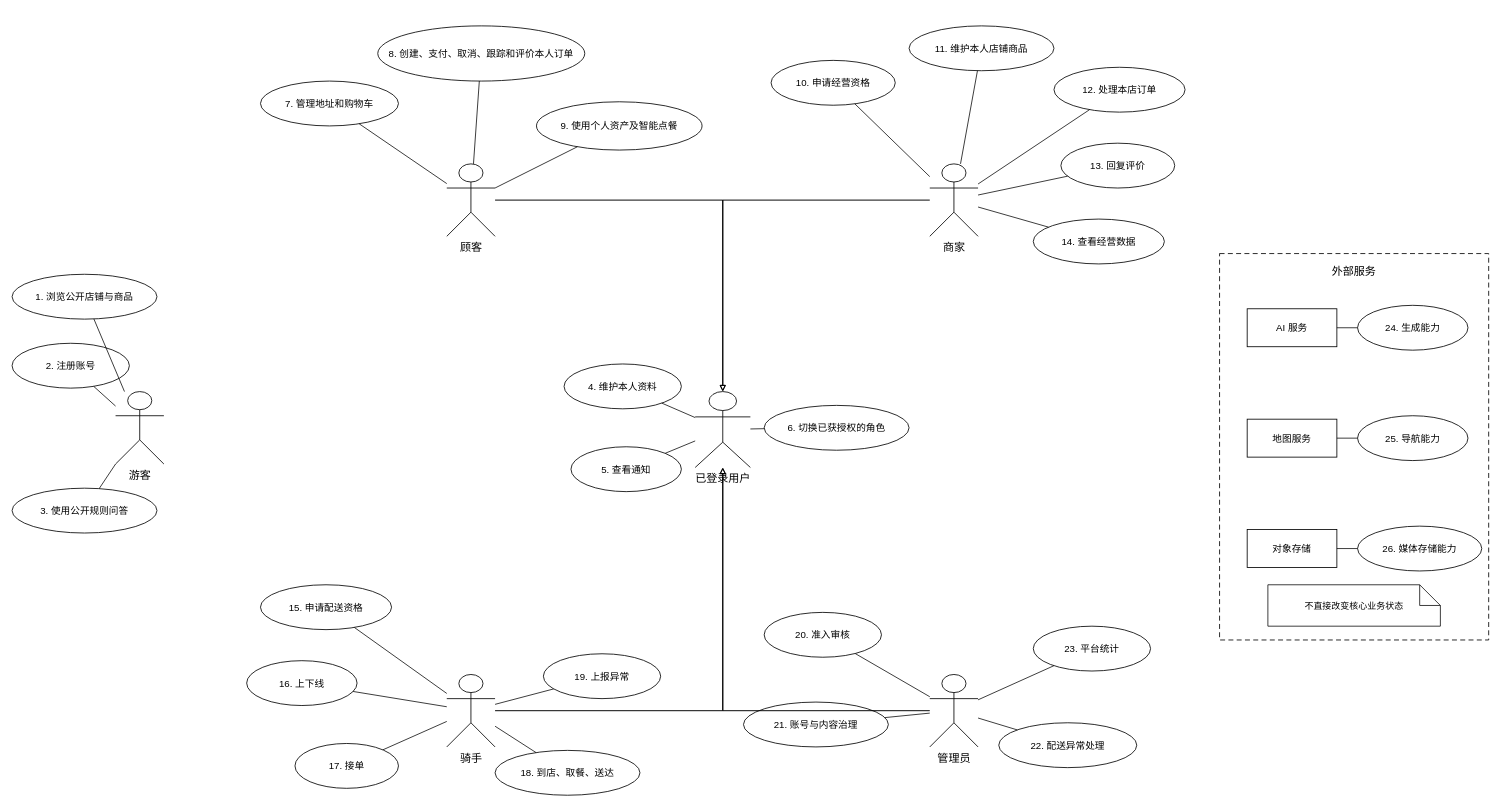
The draw.io diagram source/figures/srs/drawio/09-actor-analysis.drawio in Fwlyii/lightweight-takeout-platform, before the edit. Source tidied: cells renumbered, new cells numbered last; positions are measured from the earlier drawing's top-left corner, leaving out a move shared by most shapes. Both pictures are drawn from the tidied source at 69%, with x=0, y=0 at pixel (12, 26).
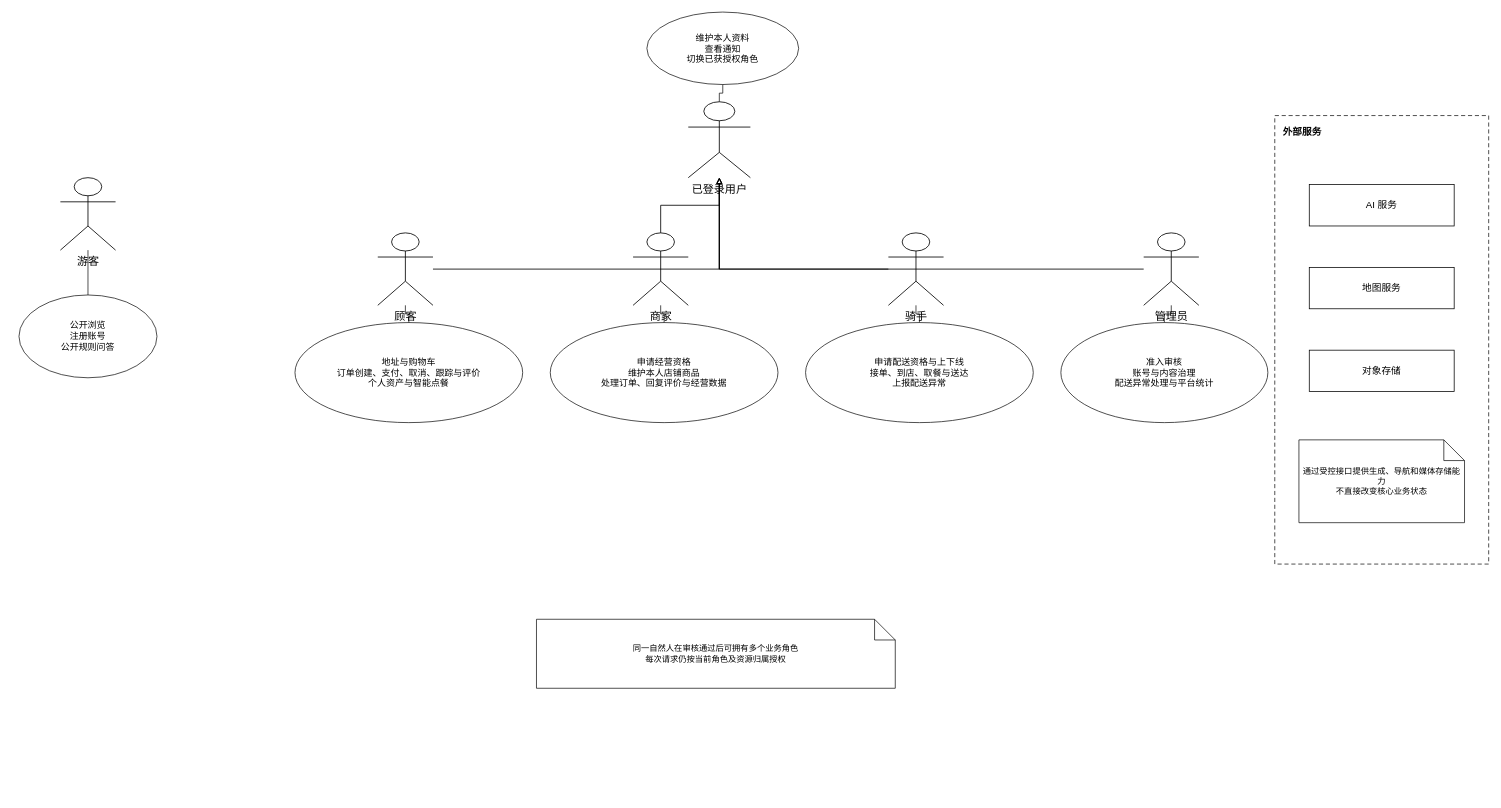
Above is the later version.

Commit message:
refactor: rebuild actor analysis diagram

Diff of the diagram source:
```diff
@@
     <mxCell id="2" value="游客" style="shape=umlActor;verticalLabelPosition=bottom;verticalAlign=top;html=1;fontSize=16;strokeWidth=1.2;" parent="1" vertex="1">
-      <mxGeometry x="150" y="530" width="70" height="105" as="geometry" />
+      <mxGeometry x="70" y="220" width="80" height="105" as="geometry" />
     </mxCell>
-    <mxCell id="3" value="1. 浏览公开店铺与商品" style="ellipse;whiteSpace=wrap;html=1;fontSize=14;strokeWidth=1.2;" parent="1" vertex="1">
-      <mxGeometry y="360" width="210" height="65" as="geometry" />
-    </mxCell>
-    <mxCell id="4" value="2. 注册账号" style="ellipse;whiteSpace=wrap;html=1;fontSize=14;strokeWidth=1.2;" parent="1" vertex="1">
-      <mxGeometry y="460" width="170" height="65" as="geometry" />
-    </mxCell>
-    <mxCell id="5" value="3. 使用公开规则问答" style="ellipse;whiteSpace=wrap;html=1;fontSize=14;strokeWidth=1.2;" parent="1" vertex="1">
-      <mxGeometry y="670" width="210" height="65" as="geometry" />
-    </mxCell>
-    <mxCell id="6" style="html=1;endArrow=none;startArrow=none;strokeWidth=1.1;" parent="1" edge="1" source="2" target="3">
-      <mxGeometry relative="1" as="geometry" />
-    </mxCell>
-    <mxCell id="7" style="html=1;endArrow=none;startArrow=none;strokeWidth=1.1;" parent="1" edge="1" source="2" target="4">
-      <mxGeometry relative="1" as="geometry" />
-    </mxCell>
-    <mxCell id="8" style="html=1;endArrow=none;startArrow=none;strokeWidth=1.1;" parent="1" edge="1" source="2" target="5">
-      <mxGeometry relative="1" as="geometry" />
-    </mxCell>
+    <mxCell id="69" value="公开浏览&#10;注册账号&#10;公开规则问答" style="ellipse;whiteSpace=wrap;html=1;fontSize=13;strokeWidth=1.0;" parent="1" vertex="1">
+      <mxGeometry x="10" y="390" width="200" height="120" as="geometry" />
+    </mxCell>
+    <mxCell id="70" style="edgeStyle=orthogonalEdgeStyle;html=1;rounded=0;endArrow=none;startArrow=none;strokeWidth=1.0;" parent="1" edge="1" source="2" target="69">
+      <mxGeometry relative="1" as="geometry" />
+    </mxCell>
     <mxCell id="9" value="已登录用户" style="shape=umlActor;verticalLabelPosition=bottom;verticalAlign=top;html=1;fontSize=16;strokeWidth=1.2;" parent="1" vertex="1">
-      <mxGeometry x="990" y="530" width="80" height="110" as="geometry" />
+      <mxGeometry x="980" y="110" width="90" height="110" as="geometry" />
     </mxCell>
-    <mxCell id="10" value="4. 维护本人资料" style="ellipse;whiteSpace=wrap;html=1;fontSize=14;strokeWidth=1.2;" parent="1" vertex="1">
-      <mxGeometry x="800" y="490" width="170" height="65" as="geometry" />
-    </mxCell>
-    <mxCell id="11" value="5. 查看通知" style="ellipse;whiteSpace=wrap;html=1;fontSize=14;strokeWidth=1.2;" parent="1" vertex="1">
-      <mxGeometry x="810" y="610" width="160" height="65" as="geometry" />
-    </mxCell>
-    <mxCell id="12" value="6. 切换已获授权的角色" style="ellipse;whiteSpace=wrap;html=1;fontSize=14;strokeWidth=1.2;" parent="1" vertex="1">
-      <mxGeometry x="1090" y="550" width="210" height="65" as="geometry" />
-    </mxCell>
-    <mxCell id="13" style="html=1;endArrow=none;startArrow=none;strokeWidth=1.1;" parent="1" edge="1" source="9" target="10">
-      <mxGeometry relative="1" as="geometry" />
-    </mxCell>
-    <mxCell id="14" style="html=1;endArrow=none;startArrow=none;strokeWidth=1.1;" parent="1" edge="1" source="9" target="11">
-      <mxGeometry relative="1" as="geometry" />
-    </mxCell>
-    <mxCell id="15" style="html=1;endArrow=none;startArrow=none;strokeWidth=1.1;" parent="1" edge="1" source="9" target="12">
-      <mxGeometry relative="1" as="geometry" />
-    </mxCell>
+    <mxCell id="71" value="维护本人资料&#10;查看通知&#10;切换已获授权角色" style="ellipse;whiteSpace=wrap;html=1;fontSize=13;strokeWidth=1.0;" parent="1" vertex="1">
+      <mxGeometry x="920" y="-20" width="220" height="105" as="geometry" />
+    </mxCell>
+    <mxCell id="72" style="edgeStyle=orthogonalEdgeStyle;html=1;rounded=0;endArrow=none;startArrow=none;strokeWidth=1.0;" parent="1" edge="1" source="9" target="71">
+      <mxGeometry relative="1" as="geometry" />
+    </mxCell>
     <mxCell id="16" value="顾客" style="shape=umlActor;verticalLabelPosition=bottom;verticalAlign=top;html=1;fontSize=16;strokeWidth=1.2;" parent="1" vertex="1">
-      <mxGeometry x="630" y="200" width="70" height="105" as="geometry" />
+      <mxGeometry x="530" y="300" width="80" height="105" as="geometry" />
     </mxCell>
-    <mxCell id="17" value="7. 管理地址和购物车" style="ellipse;whiteSpace=wrap;html=1;fontSize=14;strokeWidth=1.2;" parent="1" vertex="1">
-      <mxGeometry x="360" y="80" width="200" height="65" as="geometry" />
-    </mxCell>
-    <mxCell id="18" value="8. 创建、支付、取消、跟踪和评价本人订单" style="ellipse;whiteSpace=wrap;html=1;fontSize=14;strokeWidth=1.2;" parent="1" vertex="1">
-      <mxGeometry x="530" width="300" height="80" as="geometry" />
-    </mxCell>
-    <mxCell id="19" value="9. 使用个人资产及智能点餐" style="ellipse;whiteSpace=wrap;html=1;fontSize=14;strokeWidth=1.2;" parent="1" vertex="1">
-      <mxGeometry x="760" y="110" width="240" height="70" as="geometry" />
-    </mxCell>
-    <mxCell id="20" style="html=1;endArrow=none;startArrow=none;strokeWidth=1.1;" parent="1" edge="1" source="16" target="17">
-      <mxGeometry relative="1" as="geometry" />
-    </mxCell>
-    <mxCell id="21" style="html=1;endArrow=none;startArrow=none;strokeWidth=1.1;" parent="1" edge="1" source="16" target="18">
-      <mxGeometry relative="1" as="geometry" />
-    </mxCell>
-    <mxCell id="22" style="html=1;endArrow=none;startArrow=none;strokeWidth=1.1;" parent="1" edge="1" source="16" target="19">
-      <mxGeometry relative="1" as="geometry" />
-    </mxCell>
+    <mxCell id="73" value="地址与购物车&#10;订单创建、支付、取消、跟踪与评价&#10;个人资产与智能点餐" style="ellipse;whiteSpace=wrap;html=1;fontSize=13;strokeWidth=1.0;" parent="1" vertex="1">
+      <mxGeometry x="410" y="430" width="330" height="145" as="geometry" />
+    </mxCell>
-    <mxCell id="23" style="edgeStyle=orthogonalEdgeStyle;html=1;rounded=0;endArrow=block;endFill=0;strokeWidth=1.4;" parent="1" edge="1" source="16" target="9">
+    <mxCell id="23" style="edgeStyle=orthogonalEdgeStyle;html=1;rounded=0;endArrow=block;endFill=0;strokeWidth=1.2;" parent="1" edge="1" source="16" target="9">
       <mxGeometry relative="1" as="geometry" />
     </mxCell>
+    <mxCell id="74" style="edgeStyle=orthogonalEdgeStyle;html=1;rounded=0;endArrow=none;startArrow=none;strokeWidth=1.0;" parent="1" edge="1" source="16" target="73">
+      <mxGeometry relative="1" as="geometry" />
+    </mxCell>
     <mxCell id="24" value="商家" style="shape=umlActor;verticalLabelPosition=bottom;verticalAlign=top;html=1;fontSize=16;strokeWidth=1.2;" parent="1" vertex="1">
-      <mxGeometry x="1330" y="200" width="70" height="105" as="geometry" />
+      <mxGeometry x="900" y="300" width="80" height="105" as="geometry" />
     </mxCell>
-    <mxCell id="25" value="10. 申请经营资格" style="ellipse;whiteSpace=wrap;html=1;fontSize=14;strokeWidth=1.2;" parent="1" vertex="1">
-      <mxGeometry x="1100" y="50" width="180" height="65" as="geometry" />
-    </mxCell>
-    <mxCell id="26" value="11. 维护本人店铺商品" style="ellipse;whiteSpace=wrap;html=1;fontSize=14;strokeWidth=1.2;" parent="1" vertex="1">
-      <mxGeometry x="1300" width="210" height="65" as="geometry" />
-    </mxCell>
-    <mxCell id="27" value="12. 处理本店订单" style="ellipse;whiteSpace=wrap;html=1;fontSize=14;strokeWidth=1.2;" parent="1" vertex="1">
-      <mxGeometry x="1510" y="60" width="190" height="65" as="geometry" />
-    </mxCell>
-    <mxCell id="28" value="13. 回复评价" style="ellipse;whiteSpace=wrap;html=1;fontSize=14;strokeWidth=1.2;" parent="1" vertex="1">
-      <mxGeometry x="1520" y="170" width="165" height="65" as="geometry" />
-    </mxCell>
-    <mxCell id="29" value="14. 查看经营数据" style="ellipse;whiteSpace=wrap;html=1;fontSize=14;strokeWidth=1.2;" parent="1" vertex="1">
-      <mxGeometry x="1480" y="280" width="190" height="65" as="geometry" />
-    </mxCell>
-    <mxCell id="30" style="html=1;endArrow=none;startArrow=none;strokeWidth=1.1;" parent="1" edge="1" source="24" target="25">
-      <mxGeometry relative="1" as="geometry" />
-    </mxCell>
-    <mxCell id="31" style="html=1;endArrow=none;startArrow=none;strokeWidth=1.1;" parent="1" edge="1" source="24" target="26">
-      <mxGeometry relative="1" as="geometry" />
-    </mxCell>
-    <mxCell id="32" style="html=1;endArrow=none;startArrow=none;strokeWidth=1.1;" parent="1" edge="1" source="24" target="27">
-      <mxGeometry relative="1" as="geometry" />
-    </mxCell>
-    <mxCell id="33" style="html=1;endArrow=none;startArrow=none;strokeWidth=1.1;" parent="1" edge="1" source="24" target="28">
-      <mxGeometry relative="1" as="geometry" />
-    </mxCell>
-    <mxCell id="34" style="html=1;endArrow=none;startArrow=none;strokeWidth=1.1;" parent="1" edge="1" source="24" target="29">
-      <mxGeometry relative="1" as="geometry" />
-    </mxCell>
+    <mxCell id="75" value="申请经营资格&#10;维护本人店铺商品&#10;处理订单、回复评价与经营数据" style="ellipse;whiteSpace=wrap;html=1;fontSize=13;strokeWidth=1.0;" parent="1" vertex="1">
+      <mxGeometry x="780" y="430" width="330" height="145" as="geometry" />
+    </mxCell>
-    <mxCell id="35" style="edgeStyle=orthogonalEdgeStyle;html=1;rounded=0;endArrow=block;endFill=0;strokeWidth=1.4;" parent="1" edge="1" source="24" target="9">
+    <mxCell id="35" style="edgeStyle=orthogonalEdgeStyle;html=1;rounded=0;endArrow=block;endFill=0;strokeWidth=1.2;" parent="1" edge="1" source="24" target="9">
       <mxGeometry relative="1" as="geometry" />
     </mxCell>
+    <mxCell id="76" style="edgeStyle=orthogonalEdgeStyle;html=1;rounded=0;endArrow=none;startArrow=none;strokeWidth=1.0;" parent="1" edge="1" source="24" target="75">
+      <mxGeometry relative="1" as="geometry" />
+    </mxCell>
     <mxCell id="36" value="骑手" style="shape=umlActor;verticalLabelPosition=bottom;verticalAlign=top;html=1;fontSize=16;strokeWidth=1.2;" parent="1" vertex="1">
-      <mxGeometry x="630" y="940" width="70" height="105" as="geometry" />
+      <mxGeometry x="1270" y="300" width="80" height="105" as="geometry" />
     </mxCell>
-    <mxCell id="37" value="15. 申请配送资格" style="ellipse;whiteSpace=wrap;html=1;fontSize=14;strokeWidth=1.2;" parent="1" vertex="1">
-      <mxGeometry x="360" y="810" width="190" height="65" as="geometry" />
-    </mxCell>
-    <mxCell id="38" value="16. 上下线" style="ellipse;whiteSpace=wrap;html=1;fontSize=14;strokeWidth=1.2;" parent="1" vertex="1">
-      <mxGeometry x="340" y="920" width="160" height="65" as="geometry" />
-    </mxCell>
-    <mxCell id="39" value="17. 接单" style="ellipse;whiteSpace=wrap;html=1;fontSize=14;strokeWidth=1.2;" parent="1" vertex="1">
-      <mxGeometry x="410" y="1040" width="150" height="65" as="geometry" />
-    </mxCell>
-    <mxCell id="40" value="18. 到店、取餐、送达" style="ellipse;whiteSpace=wrap;html=1;fontSize=14;strokeWidth=1.2;" parent="1" vertex="1">
-      <mxGeometry x="700" y="1050" width="210" height="65" as="geometry" />
-    </mxCell>
-    <mxCell id="41" value="19. 上报异常" style="ellipse;whiteSpace=wrap;html=1;fontSize=14;strokeWidth=1.2;" parent="1" vertex="1">
-      <mxGeometry x="770" y="910" width="170" height="65" as="geometry" />
-    </mxCell>
-    <mxCell id="42" style="html=1;endArrow=none;startArrow=none;strokeWidth=1.1;" parent="1" edge="1" source="36" target="37">
-      <mxGeometry relative="1" as="geometry" />
-    </mxCell>
-    <mxCell id="43" style="html=1;endArrow=none;startArrow=none;strokeWidth=1.1;" parent="1" edge="1" source="36" target="38">
-      <mxGeometry relative="1" as="geometry" />
-    </mxCell>
-    <mxCell id="44" style="html=1;endArrow=none;startArrow=none;strokeWidth=1.1;" parent="1" edge="1" source="36" target="39">
-      <mxGeometry relative="1" as="geometry" />
-    </mxCell>
-    <mxCell id="45" style="html=1;endArrow=none;startArrow=none;strokeWidth=1.1;" parent="1" edge="1" source="36" target="40">
-      <mxGeometry relative="1" as="geometry" />
-    </mxCell>
-    <mxCell id="46" style="html=1;endArrow=none;startArrow=none;strokeWidth=1.1;" parent="1" edge="1" source="36" target="41">
-      <mxGeometry relative="1" as="geometry" />
-    </mxCell>
+    <mxCell id="77" value="申请配送资格与上下线&#10;接单、到店、取餐与送达&#10;上报配送异常" style="ellipse;whiteSpace=wrap;html=1;fontSize=13;strokeWidth=1.0;" parent="1" vertex="1">
+      <mxGeometry x="1150" y="430" width="330" height="145" as="geometry" />
+    </mxCell>
-    <mxCell id="47" style="edgeStyle=orthogonalEdgeStyle;html=1;rounded=0;endArrow=block;endFill=0;strokeWidth=1.4;" parent="1" edge="1" source="36" target="9">
+    <mxCell id="47" style="edgeStyle=orthogonalEdgeStyle;html=1;rounded=0;endArrow=block;endFill=0;strokeWidth=1.2;" parent="1" edge="1" source="36" target="9">
       <mxGeometry relative="1" as="geometry" />
     </mxCell>
+    <mxCell id="78" style="edgeStyle=orthogonalEdgeStyle;html=1;rounded=0;endArrow=none;startArrow=none;strokeWidth=1.0;" parent="1" edge="1" source="36" target="77">
+      <mxGeometry relative="1" as="geometry" />
+    </mxCell>
     <mxCell id="48" value="管理员" style="shape=umlActor;verticalLabelPosition=bottom;verticalAlign=top;html=1;fontSize=16;strokeWidth=1.2;" parent="1" vertex="1">
-      <mxGeometry x="1330" y="940" width="70" height="105" as="geometry" />
+      <mxGeometry x="1640" y="300" width="80" height="105" as="geometry" />
     </mxCell>
-    <mxCell id="49" value="20. 准入审核" style="ellipse;whiteSpace=wrap;html=1;fontSize=14;strokeWidth=1.2;" parent="1" vertex="1">
-      <mxGeometry x="1090" y="850" width="170" height="65" as="geometry" />
-    </mxCell>
-    <mxCell id="50" value="21. 账号与内容治理" style="ellipse;whiteSpace=wrap;html=1;fontSize=14;strokeWidth=1.2;" parent="1" vertex="1">
-      <mxGeometry x="1060" y="980" width="210" height="65" as="geometry" />
-    </mxCell>
-    <mxCell id="51" value="22. 配送异常处理" style="ellipse;whiteSpace=wrap;html=1;fontSize=14;strokeWidth=1.2;" parent="1" vertex="1">
-      <mxGeometry x="1430" y="1010" width="200" height="65" as="geometry" />
-    </mxCell>
-    <mxCell id="52" value="23. 平台统计" style="ellipse;whiteSpace=wrap;html=1;fontSize=14;strokeWidth=1.2;" parent="1" vertex="1">
-      <mxGeometry x="1480" y="870" width="170" height="65" as="geometry" />
-    </mxCell>
-    <mxCell id="53" style="html=1;endArrow=none;startArrow=none;strokeWidth=1.1;" parent="1" edge="1" source="48" target="49">
-      <mxGeometry relative="1" as="geometry" />
-    </mxCell>
-    <mxCell id="54" style="html=1;endArrow=none;startArrow=none;strokeWidth=1.1;" parent="1" edge="1" source="48" target="50">
-      <mxGeometry relative="1" as="geometry" />
-    </mxCell>
-    <mxCell id="55" style="html=1;endArrow=none;startArrow=none;strokeWidth=1.1;" parent="1" edge="1" source="48" target="51">
-      <mxGeometry relative="1" as="geometry" />
-    </mxCell>
-    <mxCell id="56" style="html=1;endArrow=none;startArrow=none;strokeWidth=1.1;" parent="1" edge="1" source="48" target="52">
-      <mxGeometry relative="1" as="geometry" />
-    </mxCell>
+    <mxCell id="79" value="准入审核&#10;账号与内容治理&#10;配送异常处理与平台统计" style="ellipse;whiteSpace=wrap;html=1;fontSize=13;strokeWidth=1.0;" parent="1" vertex="1">
+      <mxGeometry x="1520" y="430" width="300" height="145" as="geometry" />
+    </mxCell>
-    <mxCell id="57" style="edgeStyle=orthogonalEdgeStyle;html=1;rounded=0;endArrow=block;endFill=0;strokeWidth=1.4;" parent="1" edge="1" source="48" target="9">
+    <mxCell id="57" style="edgeStyle=orthogonalEdgeStyle;html=1;rounded=0;endArrow=block;endFill=0;strokeWidth=1.2;" parent="1" edge="1" source="48" target="9">
       <mxGeometry relative="1" as="geometry" />
     </mxCell>
+    <mxCell id="80" style="edgeStyle=orthogonalEdgeStyle;html=1;rounded=0;endArrow=none;startArrow=none;strokeWidth=1.0;" parent="1" edge="1" source="48" target="79">
+      <mxGeometry relative="1" as="geometry" />
+    </mxCell>
-    <mxCell id="58" value="外部服务" style="rounded=0;whiteSpace=wrap;html=1;dashed=1;dashPattern=6 4;fillColor=none;strokeWidth=1.2;fontSize=16;verticalAlign=top;align=center;spacingTop=10;" parent="1" vertex="1">
-      <mxGeometry x="1750" y="330" width="390" height="560" as="geometry" />
+    <mxCell id="58" value="外部服务" style="rounded=0;whiteSpace=wrap;html=1;dashed=1;dashPattern=6 4;fillColor=none;strokeWidth=1.0;fontSize=14;fontStyle=1;verticalAlign=top;align=left;spacingTop=8;spacingLeft=10;" parent="1" vertex="1">
+      <mxGeometry x="1830" y="130" width="310" height="650" as="geometry" />
     </mxCell>
-    <mxCell id="59" value="AI 服务" style="rounded=0;whiteSpace=wrap;html=1;fontSize=14;strokeWidth=1.2;" parent="1" vertex="1">
-      <mxGeometry x="1790" y="410" width="130" height="55" as="geometry" />
+    <mxCell id="59" value="AI 服务" style="rounded=0;whiteSpace=wrap;html=1;fontSize=14;strokeWidth=1.1;" parent="1" vertex="1">
+      <mxGeometry x="1880" y="230" width="210" height="60" as="geometry" />
     </mxCell>
-    <mxCell id="60" value="24. 生成能力" style="ellipse;whiteSpace=wrap;html=1;fontSize=14;strokeWidth=1.2;" parent="1" vertex="1">
-      <mxGeometry x="1950" y="405" width="160" height="65" as="geometry" />
-    </mxCell>
-    <mxCell id="61" style="html=1;endArrow=none;startArrow=none;strokeWidth=1.1;" parent="1" edge="1" source="59" target="60">
-      <mxGeometry relative="1" as="geometry" />
-    </mxCell>
-    <mxCell id="62" value="地图服务" style="rounded=0;whiteSpace=wrap;html=1;fontSize=14;strokeWidth=1.2;" parent="1" vertex="1">
-      <mxGeometry x="1790" y="570" width="130" height="55" as="geometry" />
+    <mxCell id="62" value="地图服务" style="rounded=0;whiteSpace=wrap;html=1;fontSize=14;strokeWidth=1.1;" parent="1" vertex="1">
+      <mxGeometry x="1880" y="350" width="210" height="60" as="geometry" />
     </mxCell>
-    <mxCell id="63" value="25. 导航能力" style="ellipse;whiteSpace=wrap;html=1;fontSize=14;strokeWidth=1.2;" parent="1" vertex="1">
-      <mxGeometry x="1950" y="565" width="160" height="65" as="geometry" />
-    </mxCell>
-    <mxCell id="64" style="html=1;endArrow=none;startArrow=none;strokeWidth=1.1;" parent="1" edge="1" source="62" target="63">
-      <mxGeometry relative="1" as="geometry" />
-    </mxCell>
-    <mxCell id="65" value="对象存储" style="rounded=0;whiteSpace=wrap;html=1;fontSize=14;strokeWidth=1.2;" parent="1" vertex="1">
-      <mxGeometry x="1790" y="730" width="130" height="55" as="geometry" />
+    <mxCell id="65" value="对象存储" style="rounded=0;whiteSpace=wrap;html=1;fontSize=14;strokeWidth=1.1;" parent="1" vertex="1">
+      <mxGeometry x="1880" y="470" width="210" height="60" as="geometry" />
     </mxCell>
-    <mxCell id="66" value="26. 媒体存储能力" style="ellipse;whiteSpace=wrap;html=1;fontSize=14;strokeWidth=1.2;" parent="1" vertex="1">
-      <mxGeometry x="1950" y="725" width="180" height="65" as="geometry" />
-    </mxCell>
-    <mxCell id="67" style="html=1;endArrow=none;startArrow=none;strokeWidth=1.1;" parent="1" edge="1" source="65" target="66">
-      <mxGeometry relative="1" as="geometry" />
-    </mxCell>
-    <mxCell id="68" value="不直接改变核心业务状态" style="shape=note;whiteSpace=wrap;html=1;fontSize=13;strokeWidth=1.1;" parent="1" vertex="1">
-      <mxGeometry x="1820" y="810" width="250" height="60" as="geometry" />
-    </mxCell>
+    <mxCell id="81" value="通过受控接口提供生成、导航和媒体存储能力&#10;不直接改变核心业务状态" style="shape=note;whiteSpace=wrap;html=1;fontSize=12;strokeWidth=1.0;" parent="1" vertex="1">
+      <mxGeometry x="1865" y="600" width="240" height="120" as="geometry" />
+    </mxCell>
+    <mxCell id="82" value="同一自然人在审核通过后可拥有多个业务角色&#10;每次请求仍按当前角色及资源归属授权" style="shape=note;whiteSpace=wrap;html=1;fontSize=12;strokeWidth=1.0;" parent="1" vertex="1">
+      <mxGeometry x="760" y="860" width="520" height="100" as="geometry" />
+    </mxCell>
```
